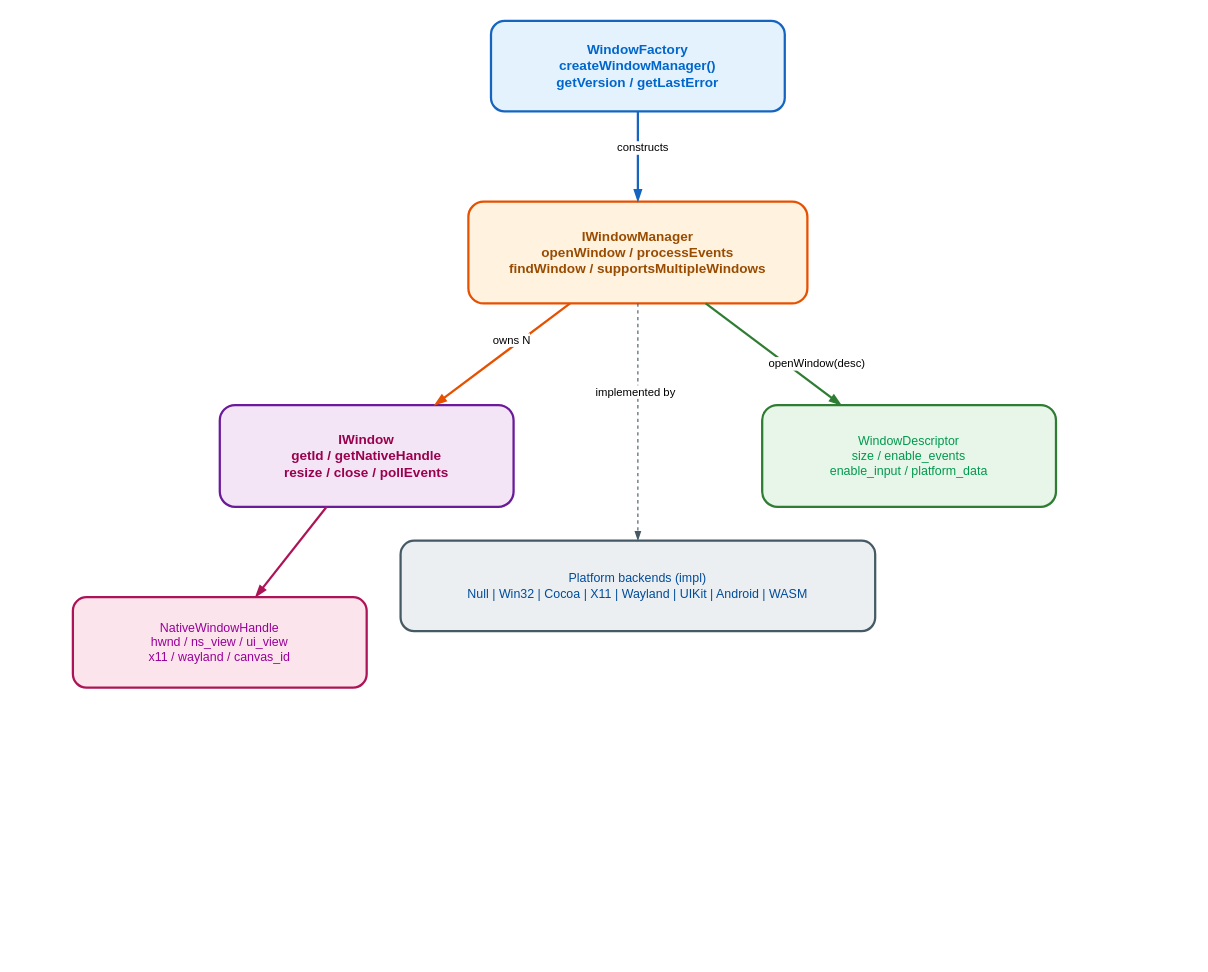
Earlier version of the draw.io diagram docs/vertexnova/xwin/diagrams/architecture.drawio (vertexnova/vnewindow). Source tidied: cells renumbered, new cells numbered last; positions are measured from the earlier drawing's top-left corner, leaving out a move shared by most shapes. Both pictures are drawn from the tidied source at 113%, with x=0, y=0 at pixel (72, 20).
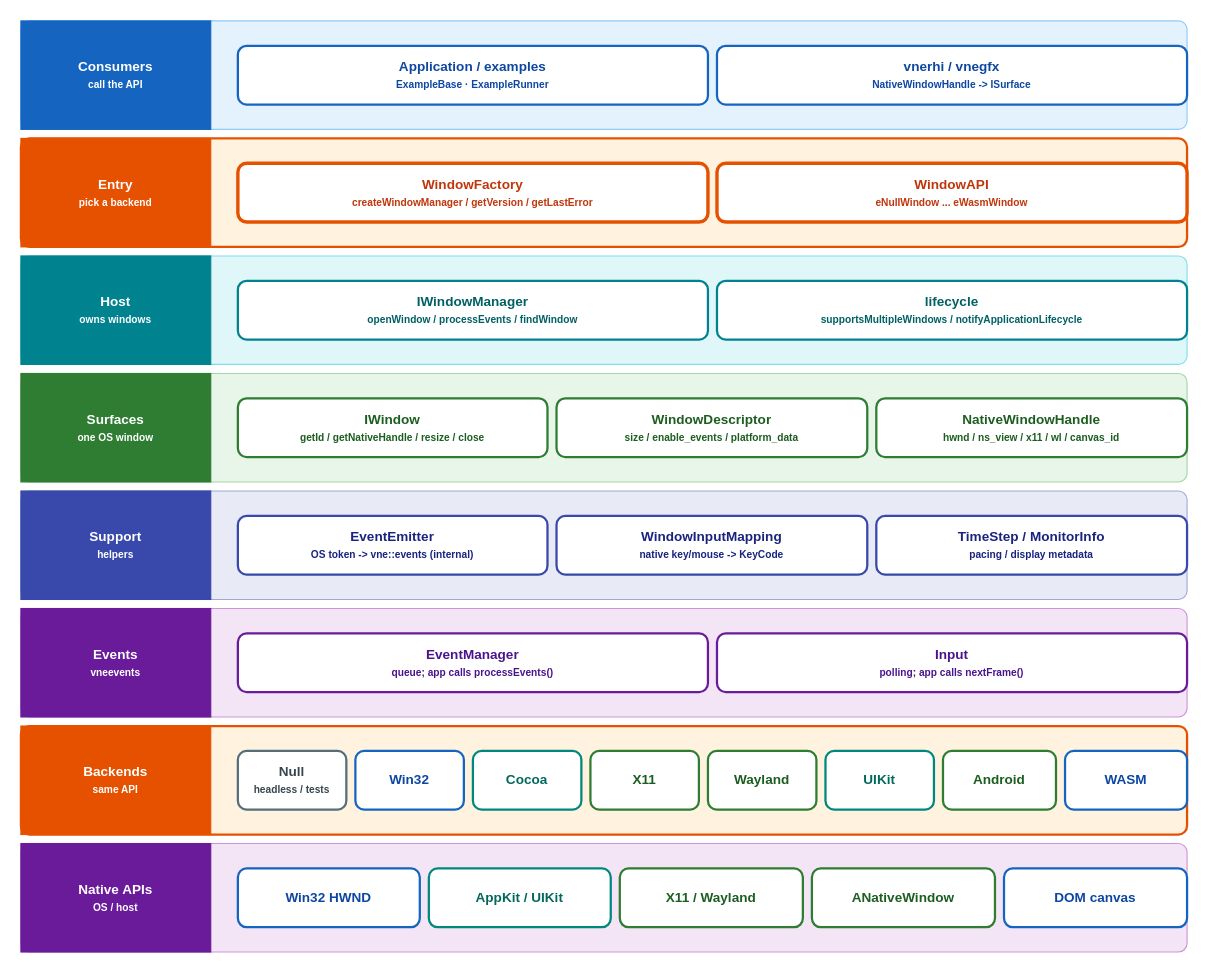
After the change.

Diff of the diagram source:
```diff
@@
-    <mxCell id="2" value="&lt;font color=&quot;#0066cc&quot;&gt;WindowFactory&lt;br&gt;createWindowManager()&lt;br&gt;getVersion / getLastError&lt;/font&gt;" style="rounded=1;whiteSpace=wrap;html=1;fillColor=#e3f2fd;strokeColor=#1565c0;strokeWidth=2;fontStyle=1;fontSize=12;" parent="1" vertex="1">
-      <mxGeometry x="370" width="260" height="80" as="geometry" />
-    </mxCell>
-    <mxCell id="3" value="&lt;font color=&quot;#994c00&quot;&gt;IWindowManager&lt;br&gt;openWindow / processEvents&lt;br&gt;findWindow / supportsMultipleWindows&lt;/font&gt;" style="rounded=1;whiteSpace=wrap;html=1;fillColor=#fff3e0;strokeColor=#e65100;strokeWidth=2;fontStyle=1;fontSize=12;" parent="1" vertex="1">
-      <mxGeometry x="350" y="160" width="300" height="90" as="geometry" />
-    </mxCell>
-    <mxCell id="4" value="&lt;font color=&quot;#99004d&quot;&gt;IWindow&lt;br&gt;getId / getNativeHandle&lt;br&gt;resize / close / pollEvents&lt;/font&gt;" style="rounded=1;whiteSpace=wrap;html=1;fillColor=#f3e5f5;strokeColor=#6a1b9a;strokeWidth=2;fontStyle=1;fontSize=12;" parent="1" vertex="1">
-      <mxGeometry x="130" y="340" width="260" height="90" as="geometry" />
-    </mxCell>
-    <mxCell id="5" value="&lt;font color=&quot;#00994d&quot;&gt;WindowDescriptor&lt;br&gt;size / enable_events&lt;br&gt;enable_input / platform_data&lt;/font&gt;" style="rounded=1;whiteSpace=wrap;html=1;fillColor=#e8f5e9;strokeColor=#2e7d32;strokeWidth=2;fontSize=11;" parent="1" vertex="1">
-      <mxGeometry x="610" y="340" width="260" height="90" as="geometry" />
-    </mxCell>
-    <mxCell id="6" value="&lt;font color=&quot;#990099&quot;&gt;NativeWindowHandle&lt;br&gt;hwnd / ns_view / ui_view&lt;br&gt;x11 / wayland / canvas_id&lt;/font&gt;" style="rounded=1;whiteSpace=wrap;html=1;fillColor=#fce4ec;strokeColor=#ad1457;strokeWidth=2;fontSize=11;" parent="1" vertex="1">
-      <mxGeometry y="510" width="260" height="80" as="geometry" />
-    </mxCell>
-    <mxCell id="7" value="&lt;font color=&quot;#004c99&quot;&gt;Platform backends (impl)&lt;br&gt;Null | Win32 | Cocoa | X11 | Wayland | UIKit | Android | WASM&lt;/font&gt;" style="rounded=1;whiteSpace=wrap;html=1;fillColor=#eceff1;strokeColor=#455a64;strokeWidth=2;fontSize=11;" parent="1" vertex="1">
-      <mxGeometry x="290" y="460" width="420" height="80" as="geometry" />
-    </mxCell>
-    <mxCell id="8" style="endArrow=blockThin;endFill=1;html=1;strokeWidth=2;strokeColor=#1565c0;" parent="1" edge="1" source="2" target="3">
-      <mxGeometry relative="1" as="geometry" />
-    </mxCell>
-    <mxCell id="9" value="constructs" style="edgeLabel;html=1;fontSize=10;backgroundColor=#ffffff;" parent="8" vertex="1">
-      <mxGeometry x="-0.2" relative="1" as="geometry">
-        <mxPoint x="-20" y="-12" as="offset" />
-      </mxGeometry>
-    </mxCell>
-    <mxCell id="10" style="endArrow=blockThin;endFill=1;html=1;strokeWidth=2;strokeColor=#e65100;" parent="1" edge="1" source="3" target="4">
-      <mxGeometry relative="1" as="geometry" />
-    </mxCell>
-    <mxCell id="11" value="owns N" style="edgeLabel;html=1;fontSize=10;backgroundColor=#ffffff;" parent="10" vertex="1">
-      <mxGeometry x="-0.2" relative="1" as="geometry">
-        <mxPoint x="-22" y="-16" as="offset" />
-      </mxGeometry>
-    </mxCell>
-    <mxCell id="12" style="endArrow=blockThin;endFill=1;html=1;strokeWidth=2;strokeColor=#2e7d32;" parent="1" edge="1" source="3" target="5">
-      <mxGeometry relative="1" as="geometry" />
-    </mxCell>
-    <mxCell id="13" value="openWindow(desc)" style="edgeLabel;html=1;fontSize=10;backgroundColor=#ffffff;" parent="12" vertex="1">
-      <mxGeometry x="-0.1" relative="1" as="geometry" />
-    </mxCell>
-    <mxCell id="14" style="endArrow=blockThin;endFill=1;html=1;strokeWidth=2;strokeColor=#ad1457;" parent="1" edge="1" source="4" target="6">
-      <mxGeometry relative="1" as="geometry" />
-    </mxCell>
-    <mxCell id="15" style="endArrow=blockThin;endFill=1;dashed=1;html=1;strokeWidth=1;strokeColor=#455a64;" parent="1" edge="1" source="3" target="7">
-      <mxGeometry relative="1" as="geometry" />
-    </mxCell>
-    <mxCell id="16" value="implemented by" style="edgeLabel;html=1;fontSize=10;backgroundColor=#ffffff;" parent="15" vertex="1">
-      <mxGeometry x="-0.2" relative="1" as="geometry">
-        <mxPoint x="-39" y="-18" as="offset" />
-      </mxGeometry>
-    </mxCell>
+    <mxCell id="17" style="rounded=1;whiteSpace=wrap;html=1;fillColor=#e3f2fd;strokeColor=#90caf9;strokeWidth=1;arcSize=8;" parent="1" vertex="1">
+      <mxGeometry x="-46" width="1032" height="96" as="geometry" />
+    </mxCell>
+    <mxCell id="18" value="Consumers&lt;br&gt;&lt;font style=&quot;font-size:9px&quot;&gt;call the API&lt;/font&gt;" style="rounded=0;whiteSpace=wrap;html=1;fillColor=#1565c0;strokeColor=#1565c0;fontColor=#ffffff;fontStyle=1;fontSize=12;align=center;verticalAlign=middle;" parent="1" vertex="1">
+      <mxGeometry x="-46" width="168" height="96" as="geometry" />
+    </mxCell>
+    <mxCell id="19" value="Application / examples&lt;br&gt;&lt;font style=&quot;font-size:9px&quot;&gt;ExampleBase · ExampleRunner&lt;/font&gt;" style="rounded=1;whiteSpace=wrap;html=1;fillColor=#ffffff;strokeColor=#1565c0;strokeWidth=2;fontStyle=1;fontSize=12;fontColor=#0d47a1;" parent="1" vertex="1">
+      <mxGeometry x="146" y="22" width="416" height="52" as="geometry" />
+    </mxCell>
+    <mxCell id="20" value="vnerhi / vnegfx&lt;br&gt;&lt;font style=&quot;font-size:9px&quot;&gt;NativeWindowHandle -&gt; ISurface&lt;/font&gt;" style="rounded=1;whiteSpace=wrap;html=1;fillColor=#ffffff;strokeColor=#1565c0;strokeWidth=2;fontStyle=1;fontSize=12;fontColor=#0d47a1;" parent="1" vertex="1">
+      <mxGeometry x="570" y="22" width="416" height="52" as="geometry" />
+    </mxCell>
+    <mxCell id="21" style="rounded=1;whiteSpace=wrap;html=1;fillColor=#fff3e0;strokeColor=#e65100;strokeWidth=2;arcSize=8;" parent="1" vertex="1">
+      <mxGeometry x="-46" y="104" width="1032" height="96" as="geometry" />
+    </mxCell>
+    <mxCell id="22" value="Entry&lt;br&gt;&lt;font style=&quot;font-size:9px&quot;&gt;pick a backend&lt;/font&gt;" style="rounded=0;whiteSpace=wrap;html=1;fillColor=#e65100;strokeColor=#e65100;fontColor=#ffffff;fontStyle=1;fontSize=12;align=center;verticalAlign=middle;" parent="1" vertex="1">
+      <mxGeometry x="-46" y="104" width="168" height="96" as="geometry" />
+    </mxCell>
+    <mxCell id="23" value="WindowFactory&lt;br&gt;&lt;font style=&quot;font-size:9px&quot;&gt;createWindowManager / getVersion / getLastError&lt;/font&gt;" style="rounded=1;whiteSpace=wrap;html=1;fillColor=#ffffff;strokeColor=#e65100;strokeWidth=3;fontStyle=1;fontSize=12;fontColor=#bf360c;" parent="1" vertex="1">
+      <mxGeometry x="146" y="126" width="416" height="52" as="geometry" />
+    </mxCell>
+    <mxCell id="24" value="WindowAPI&lt;br&gt;&lt;font style=&quot;font-size:9px&quot;&gt;eNullWindow ... eWasmWindow&lt;/font&gt;" style="rounded=1;whiteSpace=wrap;html=1;fillColor=#ffffff;strokeColor=#e65100;strokeWidth=3;fontStyle=1;fontSize=12;fontColor=#bf360c;" parent="1" vertex="1">
+      <mxGeometry x="570" y="126" width="416" height="52" as="geometry" />
+    </mxCell>
+    <mxCell id="25" style="rounded=1;whiteSpace=wrap;html=1;fillColor=#e0f7fa;strokeColor=#80deea;strokeWidth=1;arcSize=8;" parent="1" vertex="1">
+      <mxGeometry x="-46" y="208" width="1032" height="96" as="geometry" />
+    </mxCell>
+    <mxCell id="26" value="Host&lt;br&gt;&lt;font style=&quot;font-size:9px&quot;&gt;owns windows&lt;/font&gt;" style="rounded=0;whiteSpace=wrap;html=1;fillColor=#00838f;strokeColor=#00838f;fontColor=#ffffff;fontStyle=1;fontSize=12;align=center;verticalAlign=middle;" parent="1" vertex="1">
+      <mxGeometry x="-46" y="208" width="168" height="96" as="geometry" />
+    </mxCell>
+    <mxCell id="27" value="IWindowManager&lt;br&gt;&lt;font style=&quot;font-size:9px&quot;&gt;openWindow / processEvents / findWindow&lt;/font&gt;" style="rounded=1;whiteSpace=wrap;html=1;fillColor=#ffffff;strokeColor=#00838f;strokeWidth=2;fontStyle=1;fontSize=12;fontColor=#006064;" parent="1" vertex="1">
+      <mxGeometry x="146" y="230" width="416" height="52" as="geometry" />
+    </mxCell>
+    <mxCell id="28" value="lifecycle&lt;br&gt;&lt;font style=&quot;font-size:9px&quot;&gt;supportsMultipleWindows / notifyApplicationLifecycle&lt;/font&gt;" style="rounded=1;whiteSpace=wrap;html=1;fillColor=#ffffff;strokeColor=#00838f;strokeWidth=2;fontStyle=1;fontSize=12;fontColor=#006064;" parent="1" vertex="1">
+      <mxGeometry x="570" y="230" width="416" height="52" as="geometry" />
+    </mxCell>
+    <mxCell id="29" style="rounded=1;whiteSpace=wrap;html=1;fillColor=#e8f5e9;strokeColor=#a5d6a7;strokeWidth=1;arcSize=8;" parent="1" vertex="1">
+      <mxGeometry x="-46" y="312" width="1032" height="96" as="geometry" />
+    </mxCell>
+    <mxCell id="30" value="Surfaces&lt;br&gt;&lt;font style=&quot;font-size:9px&quot;&gt;one OS window&lt;/font&gt;" style="rounded=0;whiteSpace=wrap;html=1;fillColor=#2e7d32;strokeColor=#2e7d32;fontColor=#ffffff;fontStyle=1;fontSize=12;align=center;verticalAlign=middle;" parent="1" vertex="1">
+      <mxGeometry x="-46" y="312" width="168" height="96" as="geometry" />
+    </mxCell>
+    <mxCell id="31" value="IWindow&lt;br&gt;&lt;font style=&quot;font-size:9px&quot;&gt;getId / getNativeHandle / resize / close&lt;/font&gt;" style="rounded=1;whiteSpace=wrap;html=1;fillColor=#ffffff;strokeColor=#2e7d32;strokeWidth=2;fontStyle=1;fontSize=12;fontColor=#1b5e20;" parent="1" vertex="1">
+      <mxGeometry x="146" y="334" width="274" height="52" as="geometry" />
+    </mxCell>
+    <mxCell id="32" value="WindowDescriptor&lt;br&gt;&lt;font style=&quot;font-size:9px&quot;&gt;size / enable_events / platform_data&lt;/font&gt;" style="rounded=1;whiteSpace=wrap;html=1;fillColor=#ffffff;strokeColor=#2e7d32;strokeWidth=2;fontStyle=1;fontSize=12;fontColor=#1b5e20;" parent="1" vertex="1">
+      <mxGeometry x="428" y="334" width="275" height="52" as="geometry" />
+    </mxCell>
+    <mxCell id="33" value="NativeWindowHandle&lt;br&gt;&lt;font style=&quot;font-size:9px&quot;&gt;hwnd / ns_view / x11 / wl / canvas_id&lt;/font&gt;" style="rounded=1;whiteSpace=wrap;html=1;fillColor=#ffffff;strokeColor=#2e7d32;strokeWidth=2;fontStyle=1;fontSize=12;fontColor=#1b5e20;" parent="1" vertex="1">
+      <mxGeometry x="711" y="334" width="275" height="52" as="geometry" />
+    </mxCell>
+    <mxCell id="34" style="rounded=1;whiteSpace=wrap;html=1;fillColor=#e8eaf6;strokeColor=#9fa8da;strokeWidth=1;arcSize=8;" parent="1" vertex="1">
+      <mxGeometry x="-46" y="416" width="1032" height="96" as="geometry" />
+    </mxCell>
+    <mxCell id="35" value="Support&lt;br&gt;&lt;font style=&quot;font-size:9px&quot;&gt;helpers&lt;/font&gt;" style="rounded=0;whiteSpace=wrap;html=1;fillColor=#3949ab;strokeColor=#3949ab;fontColor=#ffffff;fontStyle=1;fontSize=12;align=center;verticalAlign=middle;" parent="1" vertex="1">
+      <mxGeometry x="-46" y="416" width="168" height="96" as="geometry" />
+    </mxCell>
+    <mxCell id="36" value="EventEmitter&lt;br&gt;&lt;font style=&quot;font-size:9px&quot;&gt;OS token -&gt; vne::events (internal)&lt;/font&gt;" style="rounded=1;whiteSpace=wrap;html=1;fillColor=#ffffff;strokeColor=#3949ab;strokeWidth=2;fontStyle=1;fontSize=12;fontColor=#1a237e;" parent="1" vertex="1">
+      <mxGeometry x="146" y="438" width="274" height="52" as="geometry" />
+    </mxCell>
+    <mxCell id="37" value="WindowInputMapping&lt;br&gt;&lt;font style=&quot;font-size:9px&quot;&gt;native key/mouse -&gt; KeyCode&lt;/font&gt;" style="rounded=1;whiteSpace=wrap;html=1;fillColor=#ffffff;strokeColor=#3949ab;strokeWidth=2;fontStyle=1;fontSize=12;fontColor=#1a237e;" parent="1" vertex="1">
+      <mxGeometry x="428" y="438" width="275" height="52" as="geometry" />
+    </mxCell>
+    <mxCell id="38" value="TimeStep / MonitorInfo&lt;br&gt;&lt;font style=&quot;font-size:9px&quot;&gt;pacing / display metadata&lt;/font&gt;" style="rounded=1;whiteSpace=wrap;html=1;fillColor=#ffffff;strokeColor=#3949ab;strokeWidth=2;fontStyle=1;fontSize=12;fontColor=#1a237e;" parent="1" vertex="1">
+      <mxGeometry x="711" y="438" width="275" height="52" as="geometry" />
+    </mxCell>
+    <mxCell id="39" style="rounded=1;whiteSpace=wrap;html=1;fillColor=#f3e5f5;strokeColor=#ce93d8;strokeWidth=1;arcSize=8;" parent="1" vertex="1">
+      <mxGeometry x="-46" y="520" width="1032" height="96" as="geometry" />
+    </mxCell>
+    <mxCell id="40" value="Events&lt;br&gt;&lt;font style=&quot;font-size:9px&quot;&gt;vneevents&lt;/font&gt;" style="rounded=0;whiteSpace=wrap;html=1;fillColor=#6a1b9a;strokeColor=#6a1b9a;fontColor=#ffffff;fontStyle=1;fontSize=12;align=center;verticalAlign=middle;" parent="1" vertex="1">
+      <mxGeometry x="-46" y="520" width="168" height="96" as="geometry" />
+    </mxCell>
+    <mxCell id="41" value="EventManager&lt;br&gt;&lt;font style=&quot;font-size:9px&quot;&gt;queue; app calls processEvents()&lt;/font&gt;" style="rounded=1;whiteSpace=wrap;html=1;fillColor=#ffffff;strokeColor=#6a1b9a;strokeWidth=2;fontStyle=1;fontSize=12;fontColor=#4a148c;" parent="1" vertex="1">
+      <mxGeometry x="146" y="542" width="416" height="52" as="geometry" />
+    </mxCell>
+    <mxCell id="42" value="Input&lt;br&gt;&lt;font style=&quot;font-size:9px&quot;&gt;polling; app calls nextFrame()&lt;/font&gt;" style="rounded=1;whiteSpace=wrap;html=1;fillColor=#ffffff;strokeColor=#6a1b9a;strokeWidth=2;fontStyle=1;fontSize=12;fontColor=#4a148c;" parent="1" vertex="1">
+      <mxGeometry x="570" y="542" width="416" height="52" as="geometry" />
+    </mxCell>
+    <mxCell id="43" style="rounded=1;whiteSpace=wrap;html=1;fillColor=#fff3e0;strokeColor=#e65100;strokeWidth=2;arcSize=8;" parent="1" vertex="1">
+      <mxGeometry x="-46" y="624" width="1032" height="96" as="geometry" />
+    </mxCell>
+    <mxCell id="44" value="Backends&lt;br&gt;&lt;font style=&quot;font-size:9px&quot;&gt;same API&lt;/font&gt;" style="rounded=0;whiteSpace=wrap;html=1;fillColor=#e65100;strokeColor=#e65100;fontColor=#ffffff;fontStyle=1;fontSize=12;align=center;verticalAlign=middle;" parent="1" vertex="1">
+      <mxGeometry x="-46" y="624" width="168" height="96" as="geometry" />
+    </mxCell>
+    <mxCell id="45" value="Null&lt;br&gt;&lt;font style=&quot;font-size:9px&quot;&gt;headless / tests&lt;/font&gt;" style="rounded=1;whiteSpace=wrap;html=1;fillColor=#ffffff;strokeColor=#546e7a;strokeWidth=2;fontStyle=1;fontSize=12;fontColor=#37474f;" parent="1" vertex="1">
+      <mxGeometry x="146" y="646" width="96" height="52" as="geometry" />
+    </mxCell>
+    <mxCell id="46" value="Win32" style="rounded=1;whiteSpace=wrap;html=1;fillColor=#ffffff;strokeColor=#1565c0;strokeWidth=2;fontStyle=1;fontSize=12;fontColor=#0d47a1;" parent="1" vertex="1">
+      <mxGeometry x="250" y="646" width="96" height="52" as="geometry" />
+    </mxCell>
+    <mxCell id="47" value="Cocoa" style="rounded=1;whiteSpace=wrap;html=1;fillColor=#ffffff;strokeColor=#00897b;strokeWidth=2;fontStyle=1;fontSize=12;fontColor=#00695c;" parent="1" vertex="1">
+      <mxGeometry x="354" y="646" width="96" height="52" as="geometry" />
+    </mxCell>
+    <mxCell id="48" value="X11" style="rounded=1;whiteSpace=wrap;html=1;fillColor=#ffffff;strokeColor=#2e7d32;strokeWidth=2;fontStyle=1;fontSize=12;fontColor=#1b5e20;" parent="1" vertex="1">
+      <mxGeometry x="458" y="646" width="96" height="52" as="geometry" />
+    </mxCell>
+    <mxCell id="49" value="Wayland" style="rounded=1;whiteSpace=wrap;html=1;fillColor=#ffffff;strokeColor=#2e7d32;strokeWidth=2;fontStyle=1;fontSize=12;fontColor=#1b5e20;" parent="1" vertex="1">
+      <mxGeometry x="562" y="646" width="96" height="52" as="geometry" />
+    </mxCell>
+    <mxCell id="50" value="UIKit" style="rounded=1;whiteSpace=wrap;html=1;fillColor=#ffffff;strokeColor=#00897b;strokeWidth=2;fontStyle=1;fontSize=12;fontColor=#00695c;" parent="1" vertex="1">
+      <mxGeometry x="666" y="646" width="96" height="52" as="geometry" />
+    </mxCell>
+    <mxCell id="51" value="Android" style="rounded=1;whiteSpace=wrap;html=1;fillColor=#ffffff;strokeColor=#2e7d32;strokeWidth=2;fontStyle=1;fontSize=12;fontColor=#1b5e20;" parent="1" vertex="1">
+      <mxGeometry x="770" y="646" width="100" height="52" as="geometry" />
+    </mxCell>
+    <mxCell id="52" value="WASM" style="rounded=1;whiteSpace=wrap;html=1;fillColor=#ffffff;strokeColor=#1565c0;strokeWidth=2;fontStyle=1;fontSize=12;fontColor=#0d47a1;" parent="1" vertex="1">
+      <mxGeometry x="878" y="646" width="108" height="52" as="geometry" />
+    </mxCell>
+    <mxCell id="53" style="rounded=1;whiteSpace=wrap;html=1;fillColor=#f3e5f5;strokeColor=#ce93d8;strokeWidth=1;arcSize=8;" parent="1" vertex="1">
+      <mxGeometry x="-46" y="728" width="1032" height="96" as="geometry" />
+    </mxCell>
+    <mxCell id="54" value="Native APIs&lt;br&gt;&lt;font style=&quot;font-size:9px&quot;&gt;OS / host&lt;/font&gt;" style="rounded=0;whiteSpace=wrap;html=1;fillColor=#6a1b9a;strokeColor=#6a1b9a;fontColor=#ffffff;fontStyle=1;fontSize=12;align=center;verticalAlign=middle;" parent="1" vertex="1">
+      <mxGeometry x="-46" y="728" width="168" height="96" as="geometry" />
+    </mxCell>
+    <mxCell id="55" value="Win32 HWND" style="rounded=1;whiteSpace=wrap;html=1;fillColor=#ffffff;strokeColor=#1565c0;strokeWidth=2;fontStyle=1;fontSize=12;fontColor=#0d47a1;" parent="1" vertex="1">
+      <mxGeometry x="146" y="750" width="161" height="52" as="geometry" />
+    </mxCell>
+    <mxCell id="56" value="AppKit / UIKit" style="rounded=1;whiteSpace=wrap;html=1;fillColor=#ffffff;strokeColor=#00897b;strokeWidth=2;fontStyle=1;fontSize=12;fontColor=#00695c;" parent="1" vertex="1">
+      <mxGeometry x="315" y="750" width="161" height="52" as="geometry" />
+    </mxCell>
+    <mxCell id="57" value="X11 / Wayland" style="rounded=1;whiteSpace=wrap;html=1;fillColor=#ffffff;strokeColor=#2e7d32;strokeWidth=2;fontStyle=1;fontSize=12;fontColor=#1b5e20;" parent="1" vertex="1">
+      <mxGeometry x="484" y="750" width="162" height="52" as="geometry" />
+    </mxCell>
+    <mxCell id="58" value="ANativeWindow" style="rounded=1;whiteSpace=wrap;html=1;fillColor=#ffffff;strokeColor=#2e7d32;strokeWidth=2;fontStyle=1;fontSize=12;fontColor=#1b5e20;" parent="1" vertex="1">
+      <mxGeometry x="654" y="750" width="162" height="52" as="geometry" />
+    </mxCell>
+    <mxCell id="59" value="DOM canvas" style="rounded=1;whiteSpace=wrap;html=1;fillColor=#ffffff;strokeColor=#1565c0;strokeWidth=2;fontStyle=1;fontSize=12;fontColor=#0d47a1;" parent="1" vertex="1">
+      <mxGeometry x="824" y="750" width="162" height="52" as="geometry" />
+    </mxCell>
```
